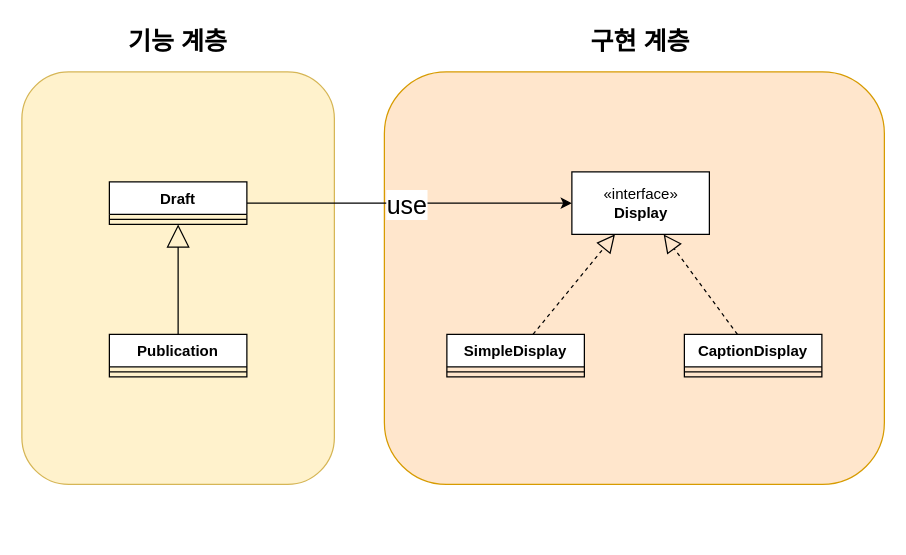
Above: Bridge.drawio in wansook0316/DesignPattern-08-Bridge (draw.io), before the change. Source tidied: cells renumbered, new cells numbered last; positions are measured from the earlier drawing's top-left corner, leaving out a move shared by most shapes. Both pictures are drawn from the tidied source at 125%, with x=0, y=0 at pixel (21, 21).
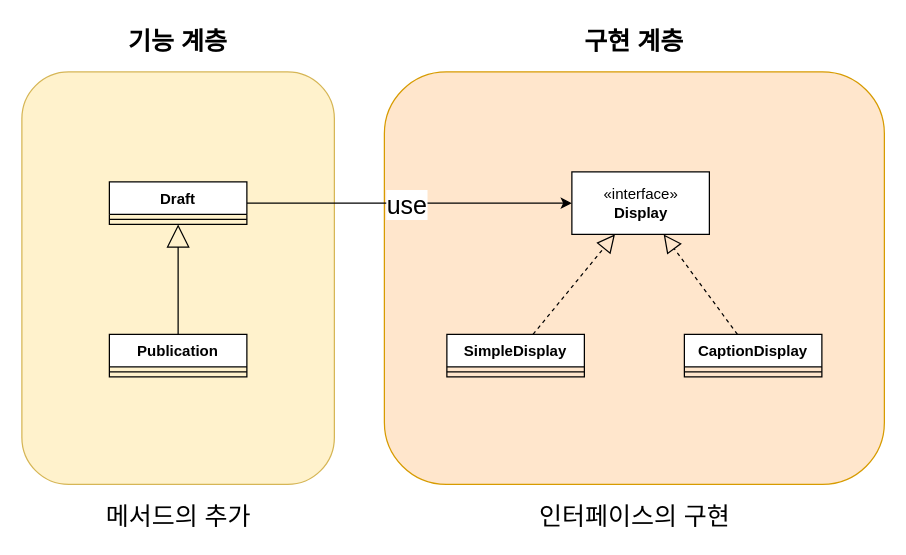
Above is the later version.

What changed in the source:
```diff
@@
     <mxCell id="16" value="&lt;font style=&quot;font-size: 20px;&quot;&gt;&lt;b&gt;구현 계층&lt;/b&gt;&lt;/font&gt;" style="text;html=1;strokeColor=none;fillColor=none;align=center;verticalAlign=middle;whiteSpace=wrap;rounded=0;" parent="1" vertex="1">
-      <mxGeometry x="435" width="120" height="30" as="geometry" />
+      <mxGeometry x="430" width="120" height="30" as="geometry" />
     </mxCell>
@@
+    <mxCell id="20" value="메서드의 추가" style="text;html=1;strokeColor=none;fillColor=none;align=center;verticalAlign=middle;whiteSpace=wrap;rounded=0;fontSize=20;" parent="1" vertex="1">
+      <mxGeometry x="47.5" y="380" width="155" height="30" as="geometry" />
+    </mxCell>
+    <mxCell id="21" value="인터페이스의 구현" style="text;html=1;strokeColor=none;fillColor=none;align=center;verticalAlign=middle;whiteSpace=wrap;rounded=0;fontSize=20;" parent="1" vertex="1">
+      <mxGeometry x="412.5" y="380" width="155" height="30" as="geometry" />
+    </mxCell>
```
